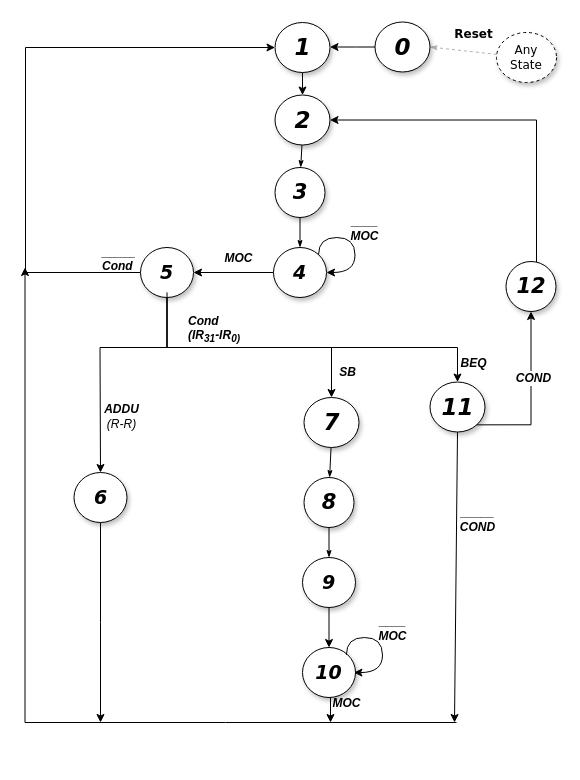
Before: CPU_State_Diag.drawio in TheParodicts/MIPS_CPU_Diagram, a draw.io diagram. Source tidied: cells renumbered, new cells numbered last; positions are measured from the earlier drawing's top-left corner, leaving out a move shared by most shapes. Both pictures are drawn from the tidied source at 100%, with x=0, y=0 at pixel (24, 22).
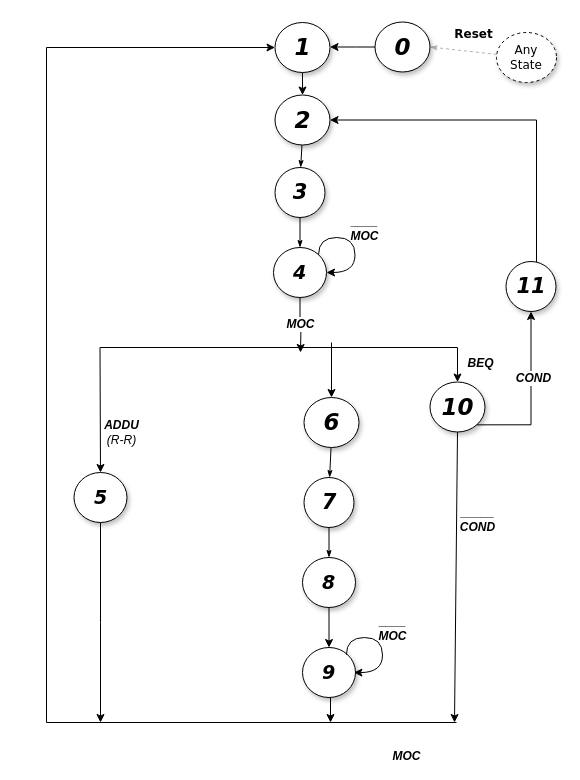
The same page after the edit.

Unchanged cells that the change refers to:
```xml
<mxCell id="9" value="&lt;b&gt;&lt;i&gt;&lt;font style=&quot;font-size: 23px&quot;&gt;1&lt;/font&gt;&lt;/i&gt;&lt;/b&gt;" style="ellipse;whiteSpace=wrap;html=1;rounded=0;shadow=1;comic=0;labelBackgroundColor=none;strokeColor=#000000;strokeWidth=1;fillColor=#FFFFFF;fontFamily=Verdana;fontSize=12;fontColor=#000000;align=center;" parent="1" vertex="1">
  <mxGeometry x="250.5" width="55" height="50" as="geometry" />
</mxCell>
<mxCell id="15" value="&lt;span&gt;&lt;b&gt;&lt;i&gt;&lt;font style=&quot;font-size: 19px&quot;&gt;4&lt;/font&gt;&lt;/i&gt;&lt;/b&gt;&lt;/span&gt;" style="ellipse;whiteSpace=wrap;html=1;rounded=0;shadow=1;comic=0;labelBackgroundColor=none;strokeColor=#000000;strokeWidth=1;fillColor=#FFFFFF;fontFamily=Verdana;fontSize=12;fontColor=#000000;align=center;" parent="1" vertex="1">
  <mxGeometry x="249" y="225" width="53" height="50" as="geometry" />
</mxCell>
```

What changed in the source:
```diff
@@
-    <mxCell id="12" style="edgeStyle=orthogonalEdgeStyle;rounded=0;jettySize=auto;html=1;" parent="1" edge="1" source="15" target="19">
-      <mxGeometry relative="1" as="geometry" />
+    <mxCell id="12" style="edgeStyle=orthogonalEdgeStyle;rounded=0;jettySize=auto;html=1;" parent="1" edge="1" source="15">
+      <mxGeometry relative="1" as="geometry">
+        <mxPoint x="276" y="330" as="targetPoint" />
+      </mxGeometry>
     </mxCell>
     <mxCell id="13" value="&lt;b&gt;&lt;i&gt;MOC&lt;/i&gt;&lt;/b&gt;" style="text;html=1;align=center;verticalAlign=middle;labelBackgroundColor=#ffffff;" parent="12" vertex="1">
       <mxGeometry x="-0.11" y="-3" relative="1" as="geometry">
-        <mxPoint y="-12" as="offset" />
+        <mxPoint x="2.5" y="1" as="offset" />
       </mxGeometry>
     </mxCell>
@@
-    <mxCell id="16" style="edgeStyle=orthogonalEdgeStyle;rounded=0;jettySize=auto;html=1;exitX=0;exitY=0.5;exitDx=0;exitDy=0;entryX=0;entryY=0.5;entryDx=0;entryDy=0;" parent="1" edge="1" source="19" target="9">
-      <mxGeometry relative="1" as="geometry">
-        <Array as="points">
-          <mxPoint x="1" y="250" />
-          <mxPoint x="1" y="25" />
-        </Array>
-      </mxGeometry>
-    </mxCell>
-    <mxCell id="17" style="edgeStyle=orthogonalEdgeStyle;rounded=0;jettySize=auto;html=1;exitX=0.5;exitY=1;exitDx=0;exitDy=0;" parent="1" edge="1" source="19" target="21">
+    <mxCell id="17" style="edgeStyle=orthogonalEdgeStyle;rounded=0;jettySize=auto;html=1;" parent="1" edge="1" target="21">
       <mxGeometry relative="1" as="geometry">
+        <mxPoint x="143" y="325" as="sourcePoint" />
         <Array as="points">
           <mxPoint x="142.5" y="325" />
           <mxPoint x="75.5" y="325" />
         </Array>
       </mxGeometry>
     </mxCell>
@@
-    <mxCell id="19" value="&lt;span&gt;&lt;b&gt;&lt;i&gt;&lt;font style=&quot;font-size: 19px&quot;&gt;5&lt;/font&gt;&lt;/i&gt;&lt;/b&gt;&lt;/span&gt;" style="ellipse;whiteSpace=wrap;html=1;rounded=0;shadow=1;comic=0;labelBackgroundColor=none;strokeColor=#000000;strokeWidth=1;fillColor=#FFFFFF;fontFamily=Verdana;fontSize=12;fontColor=#000000;align=center;" parent="1" vertex="1">
-      <mxGeometry x="116" y="225" width="53" height="50" as="geometry" />
-    </mxCell>
@@
-    <mxCell id="21" value="&lt;span&gt;&lt;b&gt;&lt;i&gt;&lt;font style=&quot;font-size: 19px&quot;&gt;6&lt;/font&gt;&lt;/i&gt;&lt;/b&gt;&lt;/span&gt;" style="ellipse;whiteSpace=wrap;html=1;rounded=0;shadow=1;comic=0;labelBackgroundColor=none;strokeColor=#000000;strokeWidth=1;fillColor=#FFFFFF;fontFamily=Verdana;fontSize=12;fontColor=#000000;align=center;" parent="1" vertex="1">
+    <mxCell id="21" value="&lt;span&gt;&lt;b&gt;&lt;i&gt;&lt;font style=&quot;font-size: 19px&quot;&gt;5&lt;/font&gt;&lt;/i&gt;&lt;/b&gt;&lt;/span&gt;" style="ellipse;whiteSpace=wrap;html=1;rounded=0;shadow=1;comic=0;labelBackgroundColor=none;strokeColor=#000000;strokeWidth=1;fillColor=#FFFFFF;fontFamily=Verdana;fontSize=12;fontColor=#000000;align=center;" parent="1" vertex="1">
       <mxGeometry x="49.5" y="450" width="53" height="50" as="geometry" />
     </mxCell>
@@
-    <mxCell id="24" value="&lt;b&gt;&lt;i&gt;_____&lt;br&gt;Cond&lt;/i&gt;&lt;/b&gt;&lt;br&gt;" style="text;html=1;align=left;verticalAlign=top;spacingTop=-4;" parent="1" vertex="1">
-      <mxGeometry x="76" y="220" width="50" height="30" as="geometry" />
-    </mxCell>
-    <mxCell id="25" style="endArrow=classic;html=1;edgeStyle=orthogonalEdgeStyle;rounded=0;" parent="1" edge="1">
+    <mxCell id="25" style="endArrow=classic;html=1;edgeStyle=orthogonalEdgeStyle;rounded=0;" parent="1" edge="1" target="9">
       <mxGeometry relative="1" as="geometry">
         <mxPoint x="432" y="700" as="sourcePoint" />
-        <mxPoint x="0.5" y="245" as="targetPoint" />
         <Array as="points">
-          <mxPoint x="201" y="700" />
-          <mxPoint x="1" y="700" />
+          <mxPoint x="22" y="700" />
+          <mxPoint x="22" y="25" />
         </Array>
       </mxGeometry>
     </mxCell>
-    <mxCell id="26" value="&lt;b&gt;&lt;i&gt;Cond&lt;br&gt;(IR&lt;sub&gt;31&lt;/sub&gt;-IR&lt;sub&gt;0)&lt;/sub&gt;&lt;/i&gt;&lt;/b&gt;&lt;br&gt;" style="text;html=1;align=left;verticalAlign=top;spacingTop=-4;" parent="1" vertex="1">
-      <mxGeometry x="162" y="289" width="70" height="30" as="geometry" />
-    </mxCell>
@@
-    <mxCell id="28" value="&lt;span style=&quot;font-size: 23px&quot;&gt;&lt;b&gt;&lt;i&gt;7&lt;/i&gt;&lt;/b&gt;&lt;/span&gt;" style="ellipse;whiteSpace=wrap;html=1;rounded=0;shadow=1;comic=0;labelBackgroundColor=none;strokeColor=#000000;strokeWidth=1;fillColor=#FFFFFF;fontFamily=Verdana;fontSize=12;fontColor=#000000;align=center;" parent="1" vertex="1">
+    <mxCell id="28" value="&lt;span style=&quot;font-size: 23px&quot;&gt;&lt;b&gt;&lt;i&gt;6&lt;/i&gt;&lt;/b&gt;&lt;/span&gt;" style="ellipse;whiteSpace=wrap;html=1;rounded=0;shadow=1;comic=0;labelBackgroundColor=none;strokeColor=#000000;strokeWidth=1;fillColor=#FFFFFF;fontFamily=Verdana;fontSize=12;fontColor=#000000;align=center;" parent="1" vertex="1">
       <mxGeometry x="279.5" y="375" width="55" height="50" as="geometry" />
     </mxCell>
@@
-    <mxCell id="30" value="&lt;span&gt;&lt;b&gt;&lt;i&gt;&lt;font style=&quot;font-size: 21px&quot;&gt;8&lt;/font&gt;&lt;/i&gt;&lt;/b&gt;&lt;/span&gt;" style="ellipse;whiteSpace=wrap;html=1;rounded=0;shadow=1;comic=0;labelBackgroundColor=none;strokeColor=#000000;strokeWidth=1;fillColor=#FFFFFF;fontFamily=Verdana;fontSize=12;fontColor=#000000;align=center;" parent="1" vertex="1">
+    <mxCell id="30" value="&lt;span&gt;&lt;b&gt;&lt;i&gt;&lt;font style=&quot;font-size: 21px&quot;&gt;7&lt;/font&gt;&lt;/i&gt;&lt;/b&gt;&lt;/span&gt;" style="ellipse;whiteSpace=wrap;html=1;rounded=0;shadow=1;comic=0;labelBackgroundColor=none;strokeColor=#000000;strokeWidth=1;fillColor=#FFFFFF;fontFamily=Verdana;fontSize=12;fontColor=#000000;align=center;" parent="1" vertex="1">
       <mxGeometry x="279.5" y="455" width="50" height="50" as="geometry" />
     </mxCell>
@@
-    <mxCell id="32" value="&lt;span&gt;&lt;b&gt;&lt;i&gt;&lt;font style=&quot;font-size: 19px&quot;&gt;9&lt;/font&gt;&lt;/i&gt;&lt;/b&gt;&lt;/span&gt;" style="ellipse;whiteSpace=wrap;html=1;rounded=0;shadow=1;comic=0;labelBackgroundColor=none;strokeColor=#000000;strokeWidth=1;fillColor=#FFFFFF;fontFamily=Verdana;fontSize=12;fontColor=#000000;align=center;" parent="1" vertex="1">
+    <mxCell id="32" value="&lt;span&gt;&lt;b&gt;&lt;i&gt;&lt;font style=&quot;font-size: 19px&quot;&gt;8&lt;/font&gt;&lt;/i&gt;&lt;/b&gt;&lt;/span&gt;" style="ellipse;whiteSpace=wrap;html=1;rounded=0;shadow=1;comic=0;labelBackgroundColor=none;strokeColor=#000000;strokeWidth=1;fillColor=#FFFFFF;fontFamily=Verdana;fontSize=12;fontColor=#000000;align=center;" parent="1" vertex="1">
       <mxGeometry x="278" y="535" width="53" height="50" as="geometry" />
     </mxCell>
@@
-    <mxCell id="34" value="&lt;span&gt;&lt;b&gt;&lt;i&gt;&lt;font style=&quot;font-size: 19px&quot;&gt;10&lt;/font&gt;&lt;/i&gt;&lt;/b&gt;&lt;/span&gt;" style="ellipse;whiteSpace=wrap;html=1;rounded=0;shadow=1;comic=0;labelBackgroundColor=none;strokeColor=#000000;strokeWidth=1;fillColor=#FFFFFF;fontFamily=Verdana;fontSize=12;fontColor=#000000;align=center;" parent="1" vertex="1">
+    <mxCell id="34" value="&lt;span&gt;&lt;b&gt;&lt;i&gt;&lt;font style=&quot;font-size: 19px&quot;&gt;9&lt;/font&gt;&lt;/i&gt;&lt;/b&gt;&lt;/span&gt;" style="ellipse;whiteSpace=wrap;html=1;rounded=0;shadow=1;comic=0;labelBackgroundColor=none;strokeColor=#000000;strokeWidth=1;fillColor=#FFFFFF;fontFamily=Verdana;fontSize=12;fontColor=#000000;align=center;" parent="1" vertex="1">
       <mxGeometry x="278" y="625" width="53" height="50" as="geometry" />
     </mxCell>
-    <mxCell id="35" style="endArrow=classic;html=1;strokeColor=#000000;entryX=0.5;entryY=0;entryDx=0;entryDy=0;exitX=0.5;exitY=1;exitDx=0;exitDy=0;edgeStyle=orthogonalEdgeStyle;rounded=0;" parent="1" edge="1" source="19" target="28">
-      <mxGeometry relative="1" as="geometry" />
-    </mxCell>
-    <mxCell id="36" value="&lt;b&gt;&lt;i&gt;SB&lt;/i&gt;&lt;/b&gt;" style="text;html=1;align=center;verticalAlign=middle;labelBackgroundColor=#ffffff;" parent="35" vertex="1">
-      <mxGeometry x="0.75" relative="1" as="geometry">
-        <mxPoint x="15" y="8" as="offset" />
-      </mxGeometry>
-    </mxCell>
@@
-    <mxCell id="39" value="&lt;span style=&quot;font-size: 23px&quot;&gt;&lt;b&gt;&lt;i&gt;11&lt;/i&gt;&lt;/b&gt;&lt;/span&gt;" style="ellipse;whiteSpace=wrap;html=1;rounded=0;shadow=1;comic=0;labelBackgroundColor=none;strokeColor=#000000;strokeWidth=1;fillColor=#FFFFFF;fontFamily=Verdana;fontSize=12;fontColor=#000000;align=center;" parent="1" vertex="1">
+    <mxCell id="39" value="&lt;span style=&quot;font-size: 23px&quot;&gt;&lt;b&gt;&lt;i&gt;10&lt;/i&gt;&lt;/b&gt;&lt;/span&gt;" style="ellipse;whiteSpace=wrap;html=1;rounded=0;shadow=1;comic=0;labelBackgroundColor=none;strokeColor=#000000;strokeWidth=1;fillColor=#FFFFFF;fontFamily=Verdana;fontSize=12;fontColor=#000000;align=center;" parent="1" vertex="1">
       <mxGeometry x="405.5" y="359.5" width="55" height="50" as="geometry" />
     </mxCell>
@@
-    <mxCell id="45" value="&lt;span&gt;&lt;b&gt;&lt;i&gt;&lt;font style=&quot;font-size: 21px&quot;&gt;12&lt;/font&gt;&lt;/i&gt;&lt;/b&gt;&lt;/span&gt;" style="ellipse;whiteSpace=wrap;html=1;rounded=0;shadow=1;comic=0;labelBackgroundColor=none;strokeColor=#000000;strokeWidth=1;fillColor=#FFFFFF;fontFamily=Verdana;fontSize=12;fontColor=#000000;align=center;" parent="1" vertex="1">
+    <mxCell id="45" value="&lt;span&gt;&lt;b&gt;&lt;i&gt;&lt;font style=&quot;font-size: 21px&quot;&gt;11&lt;/font&gt;&lt;/i&gt;&lt;/b&gt;&lt;/span&gt;" style="ellipse;whiteSpace=wrap;html=1;rounded=0;shadow=1;comic=0;labelBackgroundColor=none;strokeColor=#000000;strokeWidth=1;fillColor=#FFFFFF;fontFamily=Verdana;fontSize=12;fontColor=#000000;align=center;" parent="1" vertex="1">
       <mxGeometry x="481.5" y="239" width="50" height="50" as="geometry" />
     </mxCell>
-    <mxCell id="46" style="endArrow=classic;html=1;strokeColor=#000000;exitX=0.5;exitY=1;exitDx=0;exitDy=0;edgeStyle=orthogonalEdgeStyle;rounded=0;jumpSize=0;entryX=0.5;entryY=0;entryDx=0;entryDy=0;" parent="1" edge="1" target="39">
+    <mxCell id="46" style="endArrow=classic;html=1;strokeColor=#000000;edgeStyle=orthogonalEdgeStyle;rounded=0;jumpSize=0;entryX=0.5;entryY=0;entryDx=0;entryDy=0;" parent="1" edge="1" target="39">
       <mxGeometry relative="1" as="geometry">
-        <mxPoint x="142.5" y="269.9" as="sourcePoint" />
+        <mxPoint x="142" y="325" as="sourcePoint" />
         <Array as="points">
           <mxPoint x="142" y="325" />
           <mxPoint x="433" y="325" />
         </Array>
       </mxGeometry>
     </mxCell>
@@
+    <mxCell id="48" style="endArrow=classic;html=1;" parent="1" edge="1" target="28">
+      <mxGeometry relative="1" as="geometry">
+        <mxPoint x="307" y="320" as="sourcePoint" />
+      </mxGeometry>
+    </mxCell>
```
